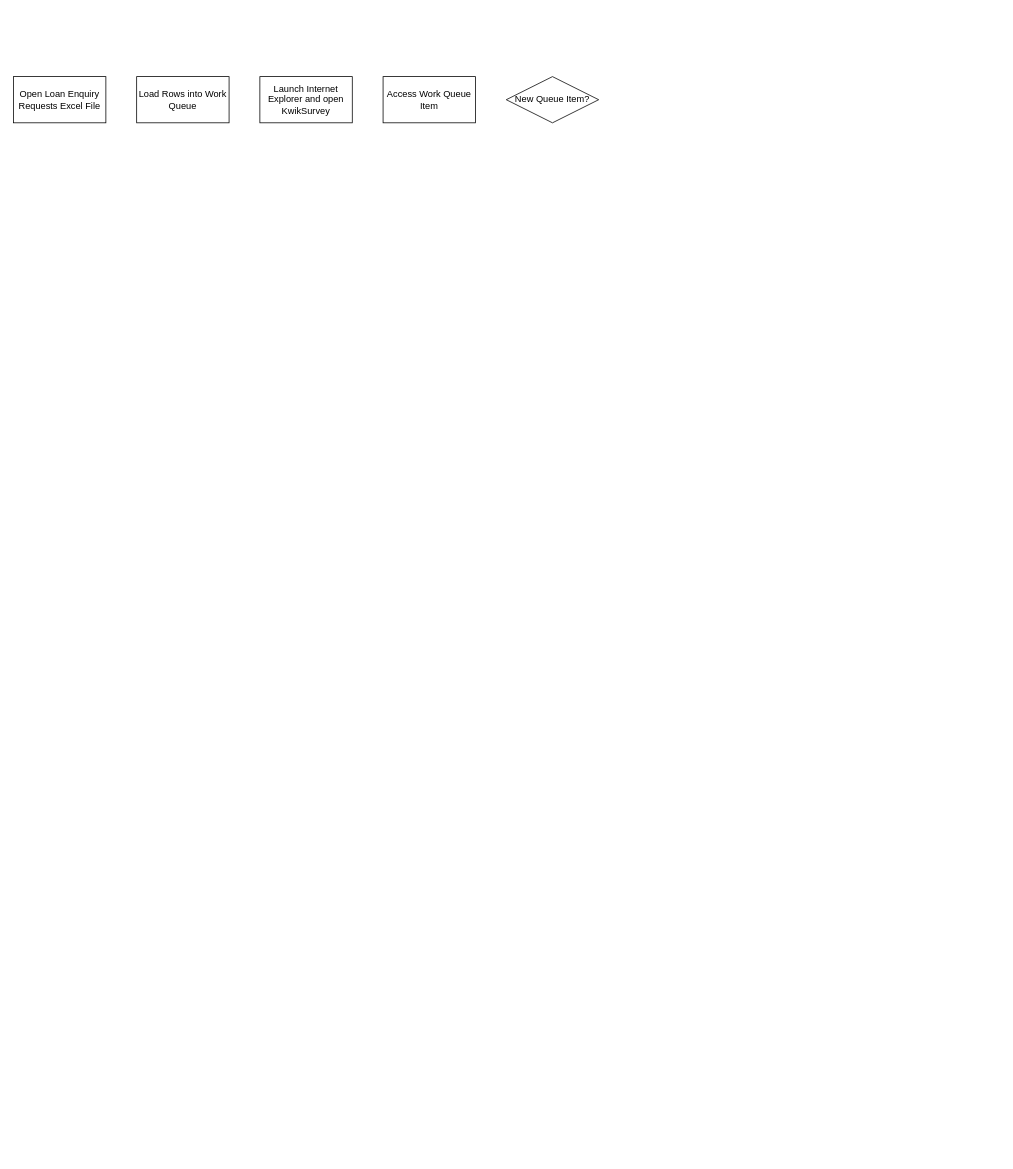
Earlier version of the draw.io diagram goldward_pdd.drawio (Read-Jake/Read-Jake). Source tidied: cells renumbered, new cells numbered last; positions are measured from the earlier drawing's top-left corner, leaving out a move shared by most shapes. Both pictures are drawn from the tidied source at 77%, with x=0, y=0 at pixel (13, 76).
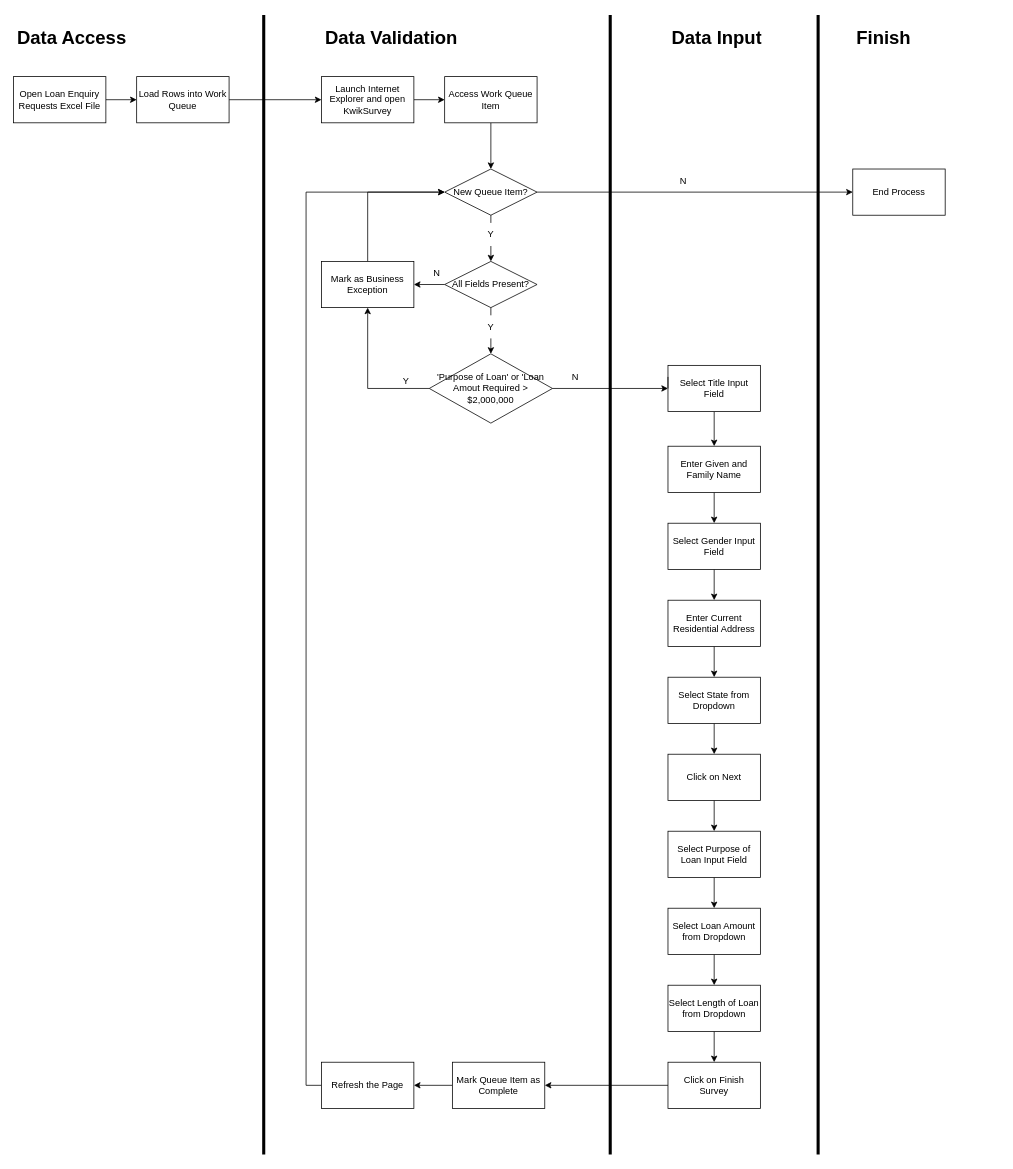
The same diagram, later.

The change refers to these unchanged cells:
```xml
<mxCell id="2" value="Open Loan Enquiry Requests Excel File" style="rounded=0;whiteSpace=wrap;html=1;" parent="1" vertex="1">
  <mxGeometry width="120" height="60" as="geometry" />
</mxCell>
<mxCell id="3" value="Load Rows into Work Queue" style="rounded=0;whiteSpace=wrap;html=1;" parent="1" vertex="1">
  <mxGeometry x="160" width="120" height="60" as="geometry" />
</mxCell>
```

Change to the diagram source:
```diff
@@
+    <mxCell id="7" value="Y" style="text;strokeColor=none;fillColor=none;align=center;verticalAlign=middle;rounded=0;" parent="1" vertex="1">
+      <mxGeometry x="480" y="380" width="60" height="30" as="geometry" />
+    </mxCell>
+    <mxCell id="8" style="edgeStyle=none;rounded=0;jettySize=auto;html=1;exitX=1;exitY=0.5;exitDx=0;exitDy=0;entryX=0;entryY=0.5;entryDx=0;entryDy=0;" parent="1" edge="1" source="2" target="3">
+      <mxGeometry relative="1" as="geometry">
+        <Array as="points">
+          <mxPoint x="160" y="30" />
+        </Array>
+      </mxGeometry>
+    </mxCell>
@@
+    <mxCell id="9" style="edgeStyle=none;rounded=0;jettySize=auto;html=1;exitX=1;exitY=0.5;exitDx=0;exitDy=0;entryX=0;entryY=0.5;entryDx=0;entryDy=0;" parent="1" edge="1" source="3" target="4">
+      <mxGeometry relative="1" as="geometry" />
+    </mxCell>
@@
+    <mxCell id="10" style="edgeStyle=none;rounded=0;jettySize=auto;html=1;exitX=1;exitY=0.5;exitDx=0;exitDy=0;entryX=0;entryY=0.5;entryDx=0;entryDy=0;" parent="1" edge="1" source="4" target="5">
+      <mxGeometry relative="1" as="geometry" />
+    </mxCell>
     <mxCell id="4" value="Launch Internet Explorer and open KwikSurvey" style="rounded=0;whiteSpace=wrap;html=1;" parent="1" vertex="1">
-      <mxGeometry x="320" width="120" height="60" as="geometry" />
+      <mxGeometry x="400" width="120" height="60" as="geometry" />
     </mxCell>
+    <mxCell id="11" style="edgeStyle=none;rounded=0;jettySize=auto;html=1;exitX=0.5;exitY=1;exitDx=0;exitDy=0;entryX=0.5;entryY=0;entryDx=0;entryDy=0;" parent="1" edge="1" source="5" target="6">
+      <mxGeometry relative="1" as="geometry" />
+    </mxCell>
     <mxCell id="5" value="Access Work Queue Item" style="rounded=0;whiteSpace=wrap;html=1;" parent="1" vertex="1">
-      <mxGeometry x="480" width="120" height="60" as="geometry" />
+      <mxGeometry x="560" width="120" height="60" as="geometry" />
     </mxCell>
+    <mxCell id="12" style="edgeStyle=none;rounded=0;jettySize=auto;html=1;exitX=0.5;exitY=1;exitDx=0;exitDy=0;startArrow=none;" parent="1" edge="1" source="14">
+      <mxGeometry relative="1" as="geometry">
+        <mxPoint x="620" y="240" as="targetPoint" />
+      </mxGeometry>
+    </mxCell>
+    <mxCell id="13" style="edgeStyle=none;rounded=0;jettySize=auto;html=1;exitX=1;exitY=0.5;exitDx=0;exitDy=0;entryX=0;entryY=0.5;entryDx=0;entryDy=0;" parent="1" edge="1" source="6" target="51">
+      <mxGeometry relative="1" as="geometry" />
+    </mxCell>
     <mxCell id="6" value="New Queue Item?" style="rhombus;whiteSpace=wrap;html=1;" parent="1" vertex="1">
-      <mxGeometry x="640" width="120" height="60" as="geometry" />
+      <mxGeometry x="560" y="120" width="120" height="60" as="geometry" />
     </mxCell>
+    <mxCell id="14" value="Y" style="text;html=1;strokeColor=none;fillColor=none;align=center;verticalAlign=middle;whiteSpace=wrap;rounded=0;" parent="1" vertex="1">
+      <mxGeometry x="590" y="190" width="60" height="30" as="geometry" />
+    </mxCell>
+    <mxCell id="15" style="edgeStyle=none;rounded=0;jettySize=auto;html=1;exitX=0.5;exitY=1;exitDx=0;exitDy=0;endArrow=none;" parent="1" edge="1" source="6" target="14">
+      <mxGeometry relative="1" as="geometry" />
+    </mxCell>
+    <mxCell id="16" style="edgeStyle=none;rounded=0;jettySize=auto;html=1;" parent="1" edge="1" source="18" target="20">
+      <mxGeometry relative="1" as="geometry" />
+    </mxCell>
+    <mxCell id="17" style="edgeStyle=none;rounded=0;jettySize=auto;html=1;exitX=0.5;exitY=1;exitDx=0;exitDy=0;entryX=0.5;entryY=0;entryDx=0;entryDy=0;startArrow=none;" parent="1" edge="1" source="24" target="23">
+      <mxGeometry relative="1" as="geometry" />
+    </mxCell>
+    <mxCell id="18" value="All Fields Present?" style="rhombus;whiteSpace=wrap;html=1;" parent="1" vertex="1">
+      <mxGeometry x="560" y="240" width="120" height="60" as="geometry" />
+    </mxCell>
+    <mxCell id="19" style="edgeStyle=orthogonalEdgeStyle;rounded=0;jettySize=auto;html=1;exitX=0.5;exitY=0;exitDx=0;exitDy=0;entryX=0;entryY=0.5;entryDx=0;entryDy=0;" parent="1" edge="1" source="20" target="6">
+      <mxGeometry relative="1" as="geometry" />
+    </mxCell>
+    <mxCell id="20" value="Mark as Business Exception" style="rounded=0;whiteSpace=wrap;html=1;" parent="1" vertex="1">
+      <mxGeometry x="400" y="240" width="120" height="60" as="geometry" />
+    </mxCell>
+    <mxCell id="21" value="N" style="text;html=1;strokeColor=none;fillColor=none;align=center;verticalAlign=middle;whiteSpace=wrap;rounded=0;" parent="1" vertex="1">
+      <mxGeometry x="520" y="240" width="60" height="30" as="geometry" />
+    </mxCell>
+    <mxCell id="22" style="edgeStyle=orthogonalEdgeStyle;rounded=0;jettySize=auto;html=1;entryX=0.5;entryY=1;entryDx=0;entryDy=0;" parent="1" edge="1" source="23" target="20">
+      <mxGeometry relative="1" as="geometry" />
+    </mxCell>
+    <mxCell id="23" value="'Purpose of Loan' or 'Loan Amout Required &amp;gt; $2,000,000" style="rhombus;whiteSpace=wrap;html=1;" parent="1" vertex="1">
+      <mxGeometry x="540" y="360" width="160" height="90" as="geometry" />
+    </mxCell>
+    <mxCell id="24" value="Y" style="text;html=1;strokeColor=none;fillColor=none;align=center;verticalAlign=middle;whiteSpace=wrap;rounded=0;" parent="1" vertex="1">
+      <mxGeometry x="590" y="310" width="60" height="30" as="geometry" />
+    </mxCell>
+    <mxCell id="25" style="edgeStyle=none;rounded=0;jettySize=auto;html=1;exitX=0.5;exitY=1;exitDx=0;exitDy=0;entryX=0.5;entryY=0;entryDx=0;entryDy=0;endArrow=none;" parent="1" edge="1" source="18" target="24">
+      <mxGeometry relative="1" as="geometry" />
+    </mxCell>
+    <mxCell id="26" style="edgeStyle=none;rounded=0;jettySize=auto;html=1;exitX=0.5;exitY=1;exitDx=0;exitDy=0;entryX=0.5;entryY=0;entryDx=0;entryDy=0;" parent="1" edge="1" source="27" target="30">
+      <mxGeometry relative="1" as="geometry" />
+    </mxCell>
+    <mxCell id="27" value="Select Title Input Field" style="rounded=0;whiteSpace=wrap;html=1;" parent="1" vertex="1">
+      <mxGeometry x="850" y="375" width="120" height="60" as="geometry" />
+    </mxCell>
+    <mxCell id="28" style="edgeStyle=none;rounded=0;jettySize=auto;html=1;exitX=1;exitY=0.5;exitDx=0;exitDy=0;entryX=0;entryY=0.5;entryDx=0;entryDy=0;endArrow=none;startArrow=none;" parent="1" edge="1" target="27">
+      <mxGeometry relative="1" as="geometry">
+        <mxPoint x="850" y="390" as="sourcePoint" />
+      </mxGeometry>
+    </mxCell>
+    <mxCell id="29" style="edgeStyle=none;rounded=0;jettySize=auto;html=1;exitX=0.5;exitY=1;exitDx=0;exitDy=0;entryX=0.5;entryY=0;entryDx=0;entryDy=0;" parent="1" edge="1" source="30" target="32">
+      <mxGeometry relative="1" as="geometry" />
+    </mxCell>
+    <mxCell id="30" value="Enter Given and Family Name" style="rounded=0;whiteSpace=wrap;html=1;" parent="1" vertex="1">
+      <mxGeometry x="850" y="480" width="120" height="60" as="geometry" />
+    </mxCell>
+    <mxCell id="31" style="edgeStyle=none;rounded=0;jettySize=auto;html=1;exitX=0.5;exitY=1;exitDx=0;exitDy=0;entryX=0.5;entryY=0;entryDx=0;entryDy=0;" parent="1" edge="1" source="32" target="34">
+      <mxGeometry relative="1" as="geometry" />
+    </mxCell>
+    <mxCell id="32" value="Select Gender Input Field" style="rounded=0;whiteSpace=wrap;html=1;" parent="1" vertex="1">
+      <mxGeometry x="850" y="580" width="120" height="60" as="geometry" />
+    </mxCell>
+    <mxCell id="33" style="edgeStyle=none;rounded=0;jettySize=auto;html=1;exitX=0.5;exitY=1;exitDx=0;exitDy=0;entryX=0.5;entryY=0;entryDx=0;entryDy=0;" parent="1" edge="1" source="34" target="36">
+      <mxGeometry relative="1" as="geometry" />
+    </mxCell>
+    <mxCell id="34" value="Enter Current Residential Address" style="rounded=0;whiteSpace=wrap;html=1;" parent="1" vertex="1">
+      <mxGeometry x="850" y="680" width="120" height="60" as="geometry" />
+    </mxCell>
+    <mxCell id="35" style="edgeStyle=none;rounded=0;jettySize=auto;html=1;exitX=0.5;exitY=1;exitDx=0;exitDy=0;entryX=0.5;entryY=0;entryDx=0;entryDy=0;" parent="1" edge="1" source="36" target="46">
+      <mxGeometry relative="1" as="geometry" />
+    </mxCell>
+    <mxCell id="36" value="Select State from Dropdown" style="rounded=0;whiteSpace=wrap;html=1;" parent="1" vertex="1">
+      <mxGeometry x="850" y="780" width="120" height="60" as="geometry" />
+    </mxCell>
+    <mxCell id="37" style="edgeStyle=none;rounded=0;jettySize=auto;html=1;exitX=0.5;exitY=1;exitDx=0;exitDy=0;entryX=0.5;entryY=0;entryDx=0;entryDy=0;" parent="1" edge="1" source="38" target="40">
+      <mxGeometry relative="1" as="geometry" />
+    </mxCell>
+    <mxCell id="38" value="Select Purpose of Loan Input Field" style="rounded=0;whiteSpace=wrap;html=1;" parent="1" vertex="1">
+      <mxGeometry x="850" y="980" width="120" height="60" as="geometry" />
+    </mxCell>
+    <mxCell id="39" style="edgeStyle=none;rounded=0;jettySize=auto;html=1;exitX=0.5;exitY=1;exitDx=0;exitDy=0;entryX=0.5;entryY=0;entryDx=0;entryDy=0;" parent="1" edge="1" source="40" target="42">
+      <mxGeometry relative="1" as="geometry" />
+    </mxCell>
+    <mxCell id="40" value="Select Loan Amount from Dropdown" style="rounded=0;whiteSpace=wrap;html=1;" parent="1" vertex="1">
+      <mxGeometry x="850" y="1080" width="120" height="60" as="geometry" />
+    </mxCell>
+    <mxCell id="41" style="edgeStyle=none;rounded=0;jettySize=auto;html=1;exitX=0.5;exitY=1;exitDx=0;exitDy=0;entryX=0.5;entryY=0;entryDx=0;entryDy=0;" parent="1" edge="1" source="42" target="44">
+      <mxGeometry relative="1" as="geometry" />
+    </mxCell>
+    <mxCell id="42" value="&lt;span style=&quot;&quot;&gt;Select Length of Loan from Dropdown&lt;/span&gt;" style="rounded=0;whiteSpace=wrap;html=1;" parent="1" vertex="1">
+      <mxGeometry x="850" y="1180" width="120" height="60" as="geometry" />
+    </mxCell>
+    <mxCell id="43" style="edgeStyle=none;rounded=0;jettySize=auto;html=1;exitX=0;exitY=0.5;exitDx=0;exitDy=0;entryX=1;entryY=0.5;entryDx=0;entryDy=0;" parent="1" edge="1" source="44" target="48">
+      <mxGeometry relative="1" as="geometry" />
+    </mxCell>
+    <mxCell id="44" value="Click on Finish Survey" style="rounded=0;whiteSpace=wrap;html=1;" parent="1" vertex="1">
+      <mxGeometry x="850" y="1280" width="120" height="60" as="geometry" />
+    </mxCell>
+    <mxCell id="45" style="edgeStyle=none;rounded=0;jettySize=auto;html=1;exitX=0.5;exitY=1;exitDx=0;exitDy=0;entryX=0.5;entryY=0;entryDx=0;entryDy=0;" parent="1" edge="1" source="46" target="38">
+      <mxGeometry relative="1" as="geometry" />
+    </mxCell>
+    <mxCell id="46" value="Click on Next" style="rounded=0;whiteSpace=wrap;html=1;" parent="1" vertex="1">
+      <mxGeometry x="850" y="880" width="120" height="60" as="geometry" />
+    </mxCell>
+    <mxCell id="47" style="edgeStyle=orthogonalEdgeStyle;rounded=0;jettySize=auto;html=1;exitX=0;exitY=0.5;exitDx=0;exitDy=0;entryX=1;entryY=0.5;entryDx=0;entryDy=0;" parent="1" edge="1" source="48" target="50">
+      <mxGeometry relative="1" as="geometry" />
+    </mxCell>
+    <mxCell id="48" value="Mark Queue Item as Complete" style="rounded=0;whiteSpace=wrap;html=1;" parent="1" vertex="1">
+      <mxGeometry x="570" y="1280" width="120" height="60" as="geometry" />
+    </mxCell>
+    <mxCell id="49" style="edgeStyle=orthogonalEdgeStyle;rounded=0;jettySize=auto;html=1;exitX=0;exitY=0.5;exitDx=0;exitDy=0;entryX=0;entryY=0.5;entryDx=0;entryDy=0;" parent="1" edge="1" source="50" target="6">
+      <mxGeometry relative="1" as="geometry">
+        <Array as="points">
+          <mxPoint x="380" y="1310" />
+          <mxPoint x="380" y="150" />
+        </Array>
+      </mxGeometry>
+    </mxCell>
+    <mxCell id="50" value="Refresh the Page" style="rounded=0;whiteSpace=wrap;html=1;" parent="1" vertex="1">
+      <mxGeometry x="400" y="1280" width="120" height="60" as="geometry" />
+    </mxCell>
+    <mxCell id="51" value="End Process" style="rounded=0;whiteSpace=wrap;html=1;" parent="1" vertex="1">
+      <mxGeometry x="1090" y="120" width="120" height="60" as="geometry" />
+    </mxCell>
+    <mxCell id="52" value="N" style="text;strokeColor=none;fillColor=none;align=center;verticalAlign=middle;rounded=0;" parent="1" vertex="1">
+      <mxGeometry x="840" y="120" width="60" height="30" as="geometry" />
+    </mxCell>
+    <mxCell id="53" style="edgeStyle=none;rounded=0;jettySize=auto;html=1;exitX=1;exitY=0.5;exitDx=0;exitDy=0;" parent="1" edge="1" source="23">
+      <mxGeometry relative="1" as="geometry">
+        <mxPoint x="850" y="405" as="targetPoint" />
+      </mxGeometry>
+    </mxCell>
+    <mxCell id="54" value="&lt;h1&gt;Data Access&lt;/h1&gt;" style="text;html=1;strokeColor=none;fillColor=none;spacing=5;spacingTop=-20;whiteSpace=wrap;overflow=hidden;rounded=0;" parent="1" vertex="1">
+      <mxGeometry y="-70" width="190" height="50" as="geometry" />
+    </mxCell>
+    <mxCell id="55" value="&lt;h1&gt;Data Validation&lt;/h1&gt;" style="text;html=1;strokeColor=none;fillColor=none;spacing=5;spacingTop=-20;whiteSpace=wrap;overflow=hidden;rounded=0;" parent="1" vertex="1">
+      <mxGeometry x="400" y="-70" width="190" height="60" as="geometry" />
+    </mxCell>
+    <mxCell id="56" value="&lt;h1&gt;Data Input&lt;/h1&gt;" style="text;html=1;strokeColor=none;fillColor=none;spacing=5;spacingTop=-20;whiteSpace=wrap;overflow=hidden;rounded=0;" parent="1" vertex="1">
+      <mxGeometry x="850" y="-70" width="190" height="45" as="geometry" />
+    </mxCell>
+    <mxCell id="57" value="&lt;h1&gt;Finish&lt;/h1&gt;" style="text;html=1;strokeColor=none;fillColor=none;spacing=5;spacingTop=-20;whiteSpace=wrap;overflow=hidden;rounded=0;" parent="1" vertex="1">
+      <mxGeometry x="1090" y="-70" width="190" height="50" as="geometry" />
+    </mxCell>
+    <mxCell id="58" style="line;strokeWidth=4;direction=south;html=1;perimeter=backbonePerimeter;labelBackgroundColor=#99FFFF;" parent="1" vertex="1">
+      <mxGeometry x="320" y="-80" width="10" height="1480" as="geometry" />
+    </mxCell>
+    <mxCell id="59" style="line;strokeWidth=4;direction=south;html=1;perimeter=backbonePerimeter;labelBackgroundColor=#99FFFF;" parent="1" vertex="1">
+      <mxGeometry x="770" y="-80" width="10" height="1480" as="geometry" />
+    </mxCell>
+    <mxCell id="60" value="N" style="text;strokeColor=none;fillColor=none;align=center;verticalAlign=middle;rounded=0;labelBackgroundColor=none;" parent="1" vertex="1">
+      <mxGeometry x="700" y="375" width="60" height="30" as="geometry" />
+    </mxCell>
+    <mxCell id="61" style="line;strokeWidth=4;direction=south;html=1;perimeter=backbonePerimeter;labelBackgroundColor=none;" parent="1" vertex="1">
+      <mxGeometry x="1040" y="-80" width="10" height="1480" as="geometry" />
+    </mxCell>
```
